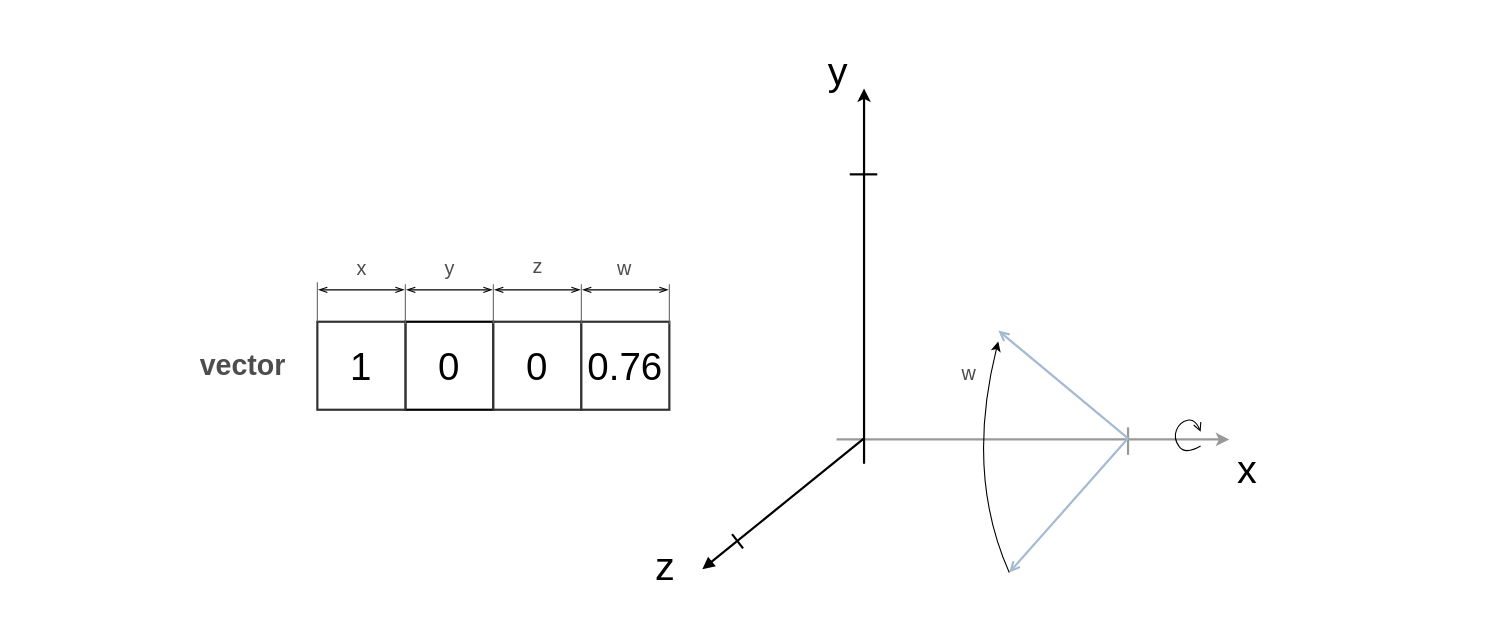
Wandalen/wMathModels keeps this draw.io diagram as page "3dAxisAndAngle" (15 of 17) of doc/img/MathModels.drawio. Above is the earlier version. Source tidied: cells renumbered, new cells numbered last; positions are measured from the earlier drawing's top-left corner, leaving out a move shared by most shapes. Both pictures are drawn from the tidied source at 110%, with x=0, y=0 at pixel (19, 19).
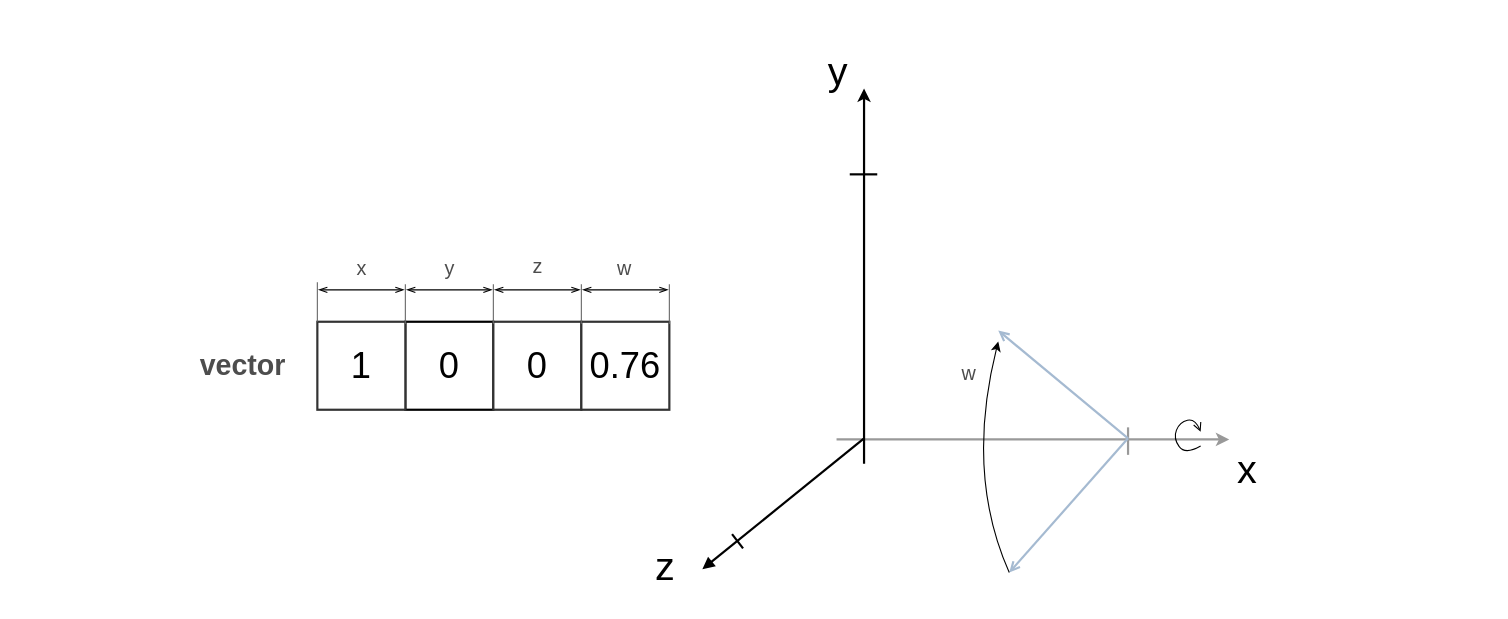
After the change.

The edit, as a diff of the source:
```diff
@@
-    <mxCell id="4" value="0" style="whiteSpace=wrap;html=1;strokeWidth=2;fontSize=35;strokeColor=#000000;fillColor=#FFFFFF;" parent="1" vertex="1">
+    <mxCell id="4" value="0" style="whiteSpace=wrap;html=1;strokeWidth=2;fontSize=33;strokeColor=#000000;fillColor=#FFFFFF;" parent="1" vertex="1">
       <mxGeometry x="351" y="275" width="80" height="80" as="geometry" />
     </mxCell>
-    <mxCell id="5" value="0" style="whiteSpace=wrap;html=1;strokeWidth=2;fontSize=35;fillColor=#FFFFFF;strokeColor=#333333;" parent="1" vertex="1">
+    <mxCell id="5" value="0" style="whiteSpace=wrap;html=1;strokeWidth=2;fontSize=33;fillColor=#FFFFFF;strokeColor=#333333;" parent="1" vertex="1">
       <mxGeometry x="431" y="275" width="80" height="80" as="geometry" />
     </mxCell>
-    <mxCell id="6" value="0.76" style="whiteSpace=wrap;html=1;strokeWidth=2;fontSize=35;strokeColor=#333333;fillColor=#FFFFFF;" parent="1" vertex="1">
+    <mxCell id="6" value="0.76" style="whiteSpace=wrap;html=1;strokeWidth=2;fontSize=33;strokeColor=#333333;fillColor=#FFFFFF;" parent="1" vertex="1">
       <mxGeometry x="511" y="275" width="80" height="80" as="geometry" />
     </mxCell>
@@
-    <mxCell id="8" value="1" style="whiteSpace=wrap;html=1;strokeWidth=2;fontSize=35;fillColor=#FFFFFF;strokeColor=#333333;" parent="1" vertex="1">
+    <mxCell id="8" value="1" style="whiteSpace=wrap;html=1;strokeWidth=2;fontSize=33;fillColor=#FFFFFF;strokeColor=#333333;" parent="1" vertex="1">
       <mxGeometry x="271" y="275" width="80" height="80" as="geometry" />
     </mxCell>
```
